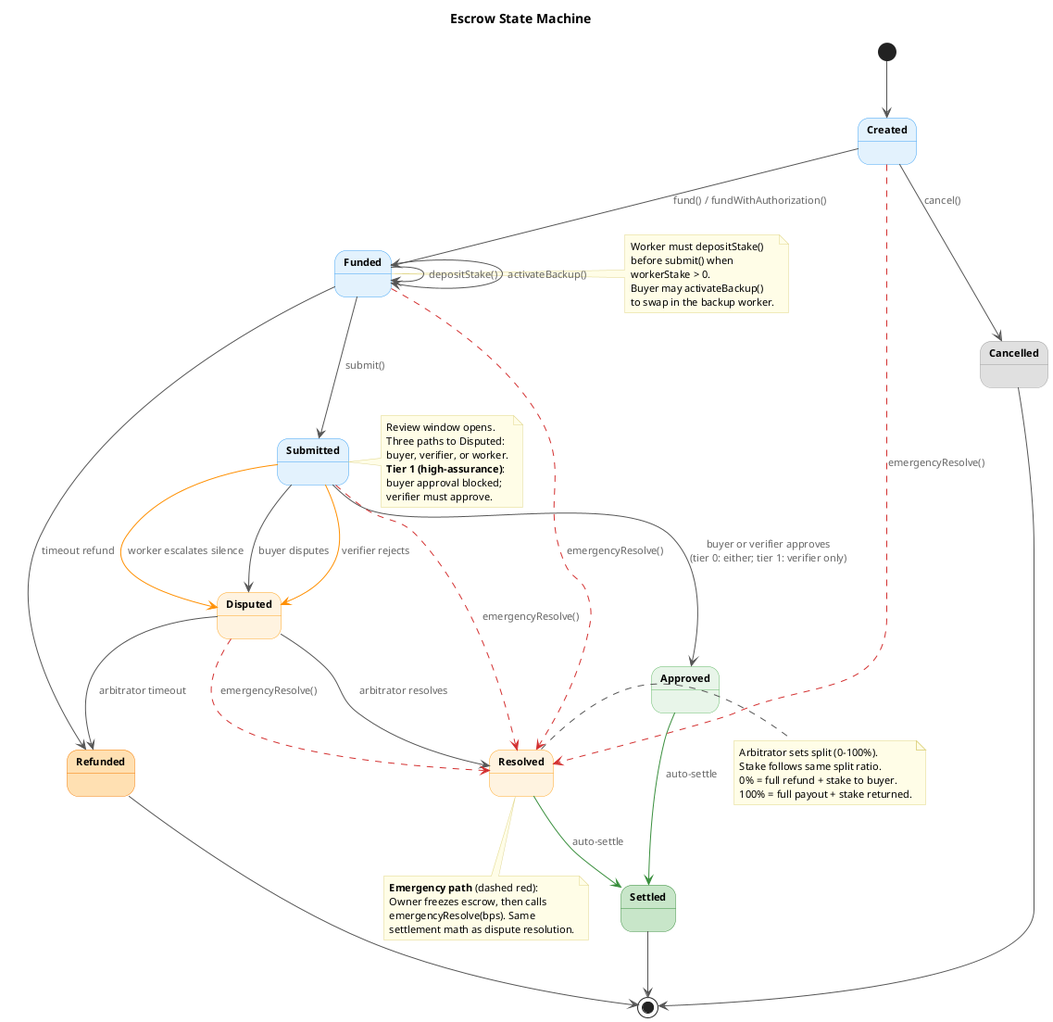
Earlier version of the PlantUML export docs/diagrams/state-machine.png (eddiefleurent/agent-escrow).
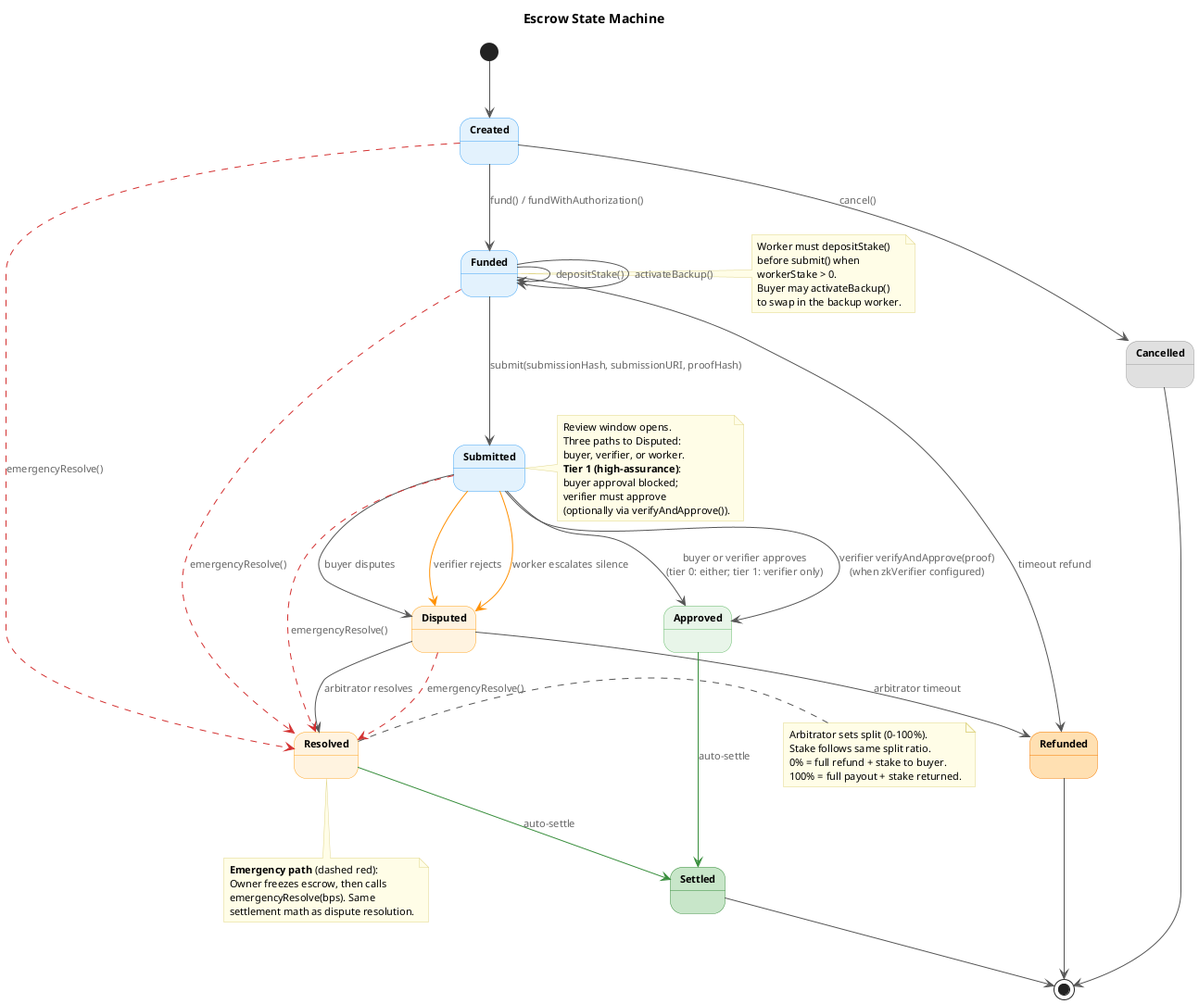
Later version of the same file.

What changed in the source:
```diff
@@ -39,10 +39,11 @@
 
 Funded --> Funded : depositStake()
 Funded --> Funded : activateBackup()
-Funded --> Submitted : submit()
+Funded --> Submitted : submit(submissionHash, submissionURI, proofHash)
 Funded --> Refunded : timeout refund
 
 Submitted --> Approved : buyer or verifier approves\n(tier 0: either; tier 1: verifier only)
+Submitted --> Approved : verifier verifyAndApprove(proof)\n(when zkVerifier configured)
 Submitted --> Disputed : buyer disputes
 Submitted -[#FF8F00]-> Disputed : verifier rejects
 Submitted -[#FF8F00]-> Disputed : worker escalates silence
@@ -76,7 +77,8 @@
   buyer, verifier, or worker.
   **Tier 1 (high-assurance)**:
   buyer approval blocked;
-  verifier must approve.
+  verifier must approve
+  (optionally via verifyAndApprove()).
 end note
 
 note right of Resolved
```
